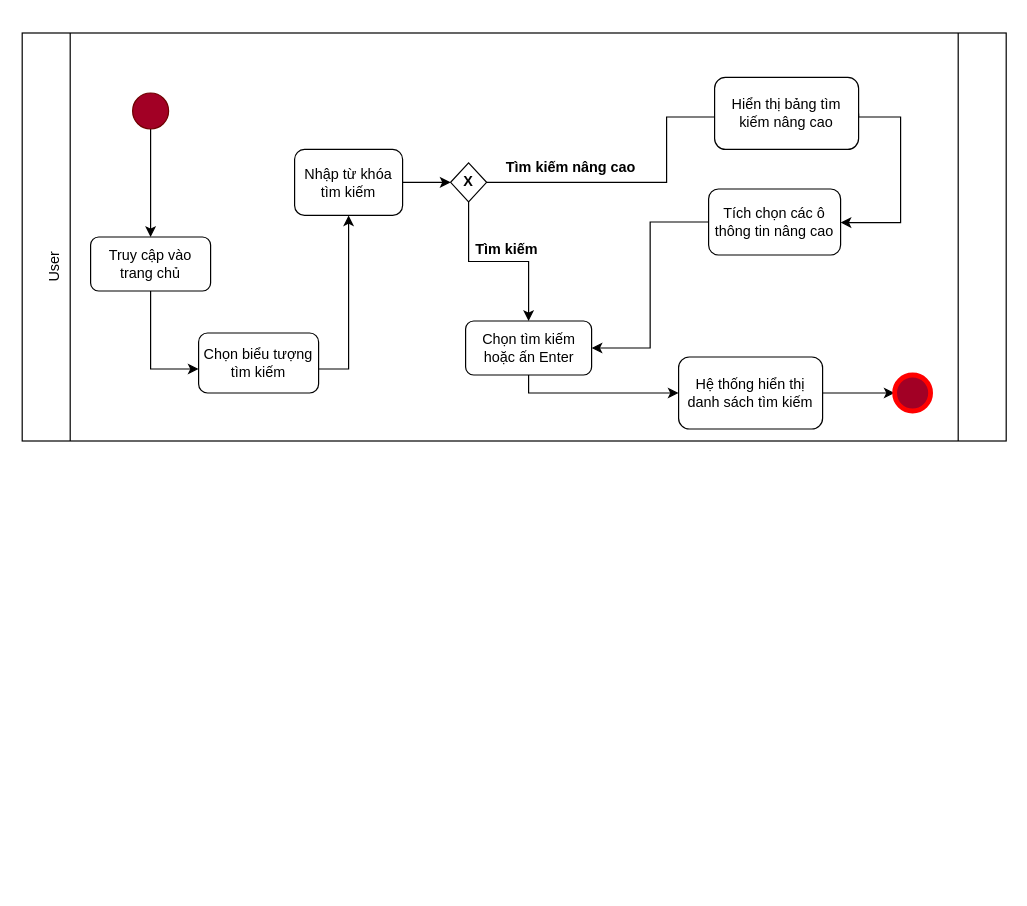
This is Biểu đồ không có tiêu đề.drawio from ThanhHung2112/Web_Font_end, a draw.io file, before an edit. Source tidied: cells renumbered, new cells numbered last; positions are measured from the earlier drawing's top-left corner, leaving out a move shared by most shapes. Both pictures are drawn from the tidied source at 120%, with x=0, y=0 at pixel (18, 32).
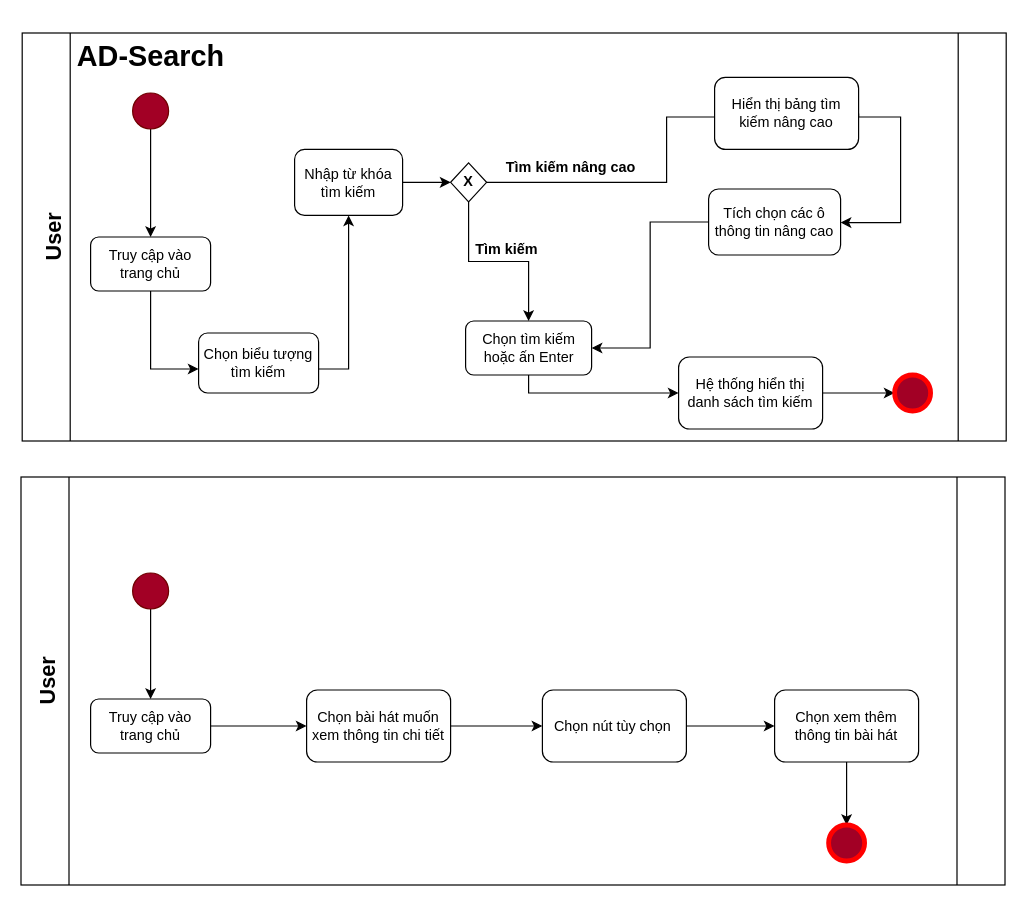
The same diagram, later.

Commit message:
Cập nhật Biểu đồ không có tiêu đề.drawio

Diff of the diagram source:
```diff
@@
-    <mxCell id="4" value="User" style="text;html=1;strokeColor=none;fillColor=none;align=center;verticalAlign=middle;whiteSpace=wrap;rounded=0;rotation=-90;" parent="1" vertex="1">
-      <mxGeometry y="180" width="60" height="30" as="geometry" />
+    <mxCell id="4" value="&lt;b&gt;User&lt;/b&gt;" style="text;html=1;strokeColor=none;fillColor=none;align=center;verticalAlign=middle;whiteSpace=wrap;rounded=0;rotation=-90;horizontal=1;fontSize=18;" parent="1" vertex="1">
+      <mxGeometry y="155" width="60" height="30" as="geometry" />
     </mxCell>
@@
+    <mxCell id="26" value="&lt;h1&gt;AD-Search&lt;/h1&gt;" style="text;html=1;spacing=5;spacingTop=-20;whiteSpace=wrap;overflow=hidden;rounded=0;shadow=0;glass=0;sketch=0;strokeWidth=2;fillColor=none;" parent="1" vertex="1">
+      <mxGeometry x="44" width="136" height="40" as="geometry" />
+    </mxCell>
+    <mxCell id="27" style="shape=process;whiteSpace=wrap;html=1;backgroundOutline=1;size=0.04938271604938271;glass=0;rounded=0;" parent="1" vertex="1">
+      <mxGeometry x="2" y="370" width="820" height="340" as="geometry" />
+    </mxCell>
+    <mxCell id="28" value="&lt;b&gt;User&lt;/b&gt;" style="text;html=1;strokeColor=none;fillColor=none;align=center;verticalAlign=middle;whiteSpace=wrap;rounded=0;rotation=-90;horizontal=1;fontSize=18;" parent="1" vertex="1">
+      <mxGeometry x="-5" y="525" width="60" height="30" as="geometry" />
+    </mxCell>
+    <mxCell id="29" style="edgeStyle=orthogonalEdgeStyle;rounded=0;jettySize=auto;html=1;entryX=0.5;entryY=0;entryDx=0;entryDy=0;fontSize=18;fontColor=#000000;" parent="1" edge="1" source="30" target="32">
+      <mxGeometry relative="1" as="geometry" />
+    </mxCell>
+    <mxCell id="30" style="ellipse;whiteSpace=wrap;html=1;fontColor=#ffffff;fillColor=#a20025;strokeColor=#6F0000;" parent="1" vertex="1">
+      <mxGeometry x="95" y="450" width="30" height="30" as="geometry" />
+    </mxCell>
+    <mxCell id="31" style="edgeStyle=orthogonalEdgeStyle;rounded=0;jettySize=auto;html=1;fontSize=18;fontColor=#000000;" parent="1" edge="1" source="32" target="34">
+      <mxGeometry relative="1" as="geometry" />
+    </mxCell>
+    <mxCell id="32" value="Truy cập vào trang chủ" style="rounded=1;whiteSpace=wrap;html=1;" parent="1" vertex="1">
+      <mxGeometry x="60" y="555" width="100" height="45" as="geometry" />
+    </mxCell>
+    <mxCell id="33" style="edgeStyle=orthogonalEdgeStyle;rounded=0;jettySize=auto;html=1;fontSize=18;fontColor=#000000;" parent="1" edge="1" source="34" target="36">
+      <mxGeometry relative="1" as="geometry" />
+    </mxCell>
+    <mxCell id="34" value="Chọn bài hát muốn xem thông tin chi tiết" style="whiteSpace=wrap;html=1;rounded=1;" parent="1" vertex="1">
+      <mxGeometry x="240" y="547.5" width="120" height="60" as="geometry" />
+    </mxCell>
+    <mxCell id="35" style="edgeStyle=orthogonalEdgeStyle;rounded=0;jettySize=auto;html=1;fontSize=18;fontColor=#000000;" parent="1" edge="1" source="36" target="38">
+      <mxGeometry relative="1" as="geometry" />
+    </mxCell>
+    <mxCell id="36" value="Chọn nút tùy chọn&amp;nbsp;" style="whiteSpace=wrap;html=1;rounded=1;" parent="1" vertex="1">
+      <mxGeometry x="436.5" y="547.5" width="120" height="60" as="geometry" />
+    </mxCell>
+    <mxCell id="37" style="edgeStyle=orthogonalEdgeStyle;rounded=0;jettySize=auto;html=1;entryX=0.5;entryY=0;entryDx=0;entryDy=0;fontSize=18;fontColor=#000000;" parent="1" edge="1" source="38" target="39">
+      <mxGeometry relative="1" as="geometry" />
+    </mxCell>
+    <mxCell id="38" value="Chọn xem thêm thông tin bài hát" style="whiteSpace=wrap;html=1;rounded=1;" parent="1" vertex="1">
+      <mxGeometry x="630" y="547.5" width="120" height="60" as="geometry" />
+    </mxCell>
+    <mxCell id="39" style="ellipse;whiteSpace=wrap;html=1;rounded=1;fontColor=#ffffff;fillColor=#a20025;strokeColor=#FF0000;strokeWidth=4;shadow=0;sketch=0;" parent="1" vertex="1">
+      <mxGeometry x="675" y="660" width="30" height="30" as="geometry" />
+    </mxCell>
```
